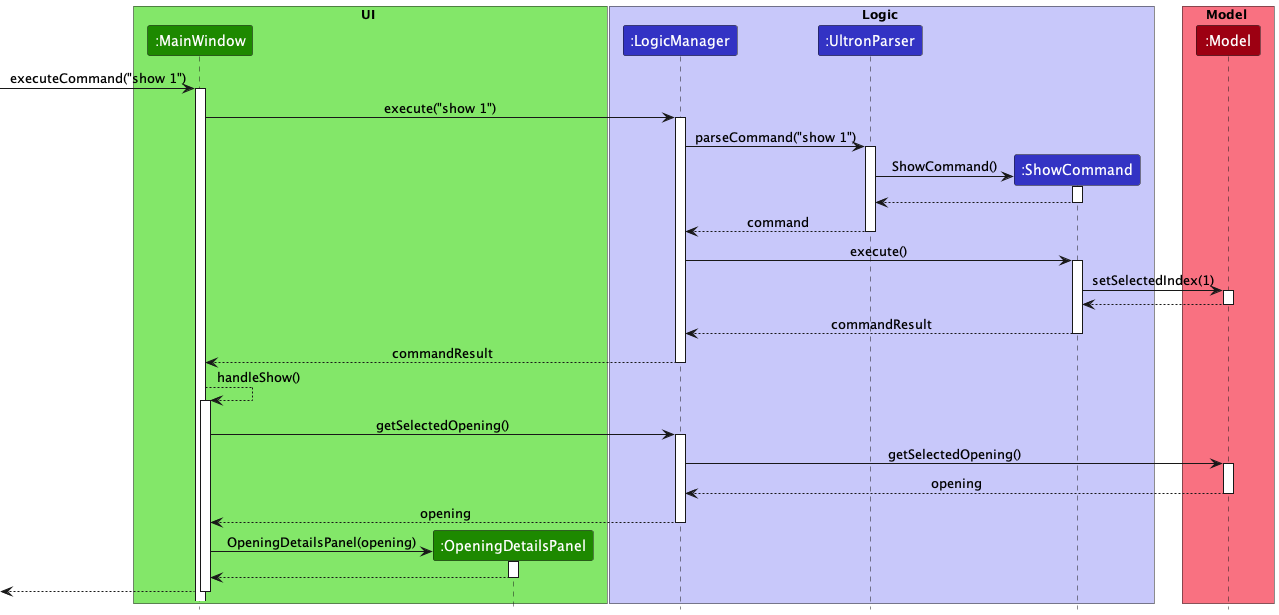
The PlantUML diagram docs/images/ShowSequenceDiagram.png in nus-cs2103-AY2223S2/tp, before a commit.
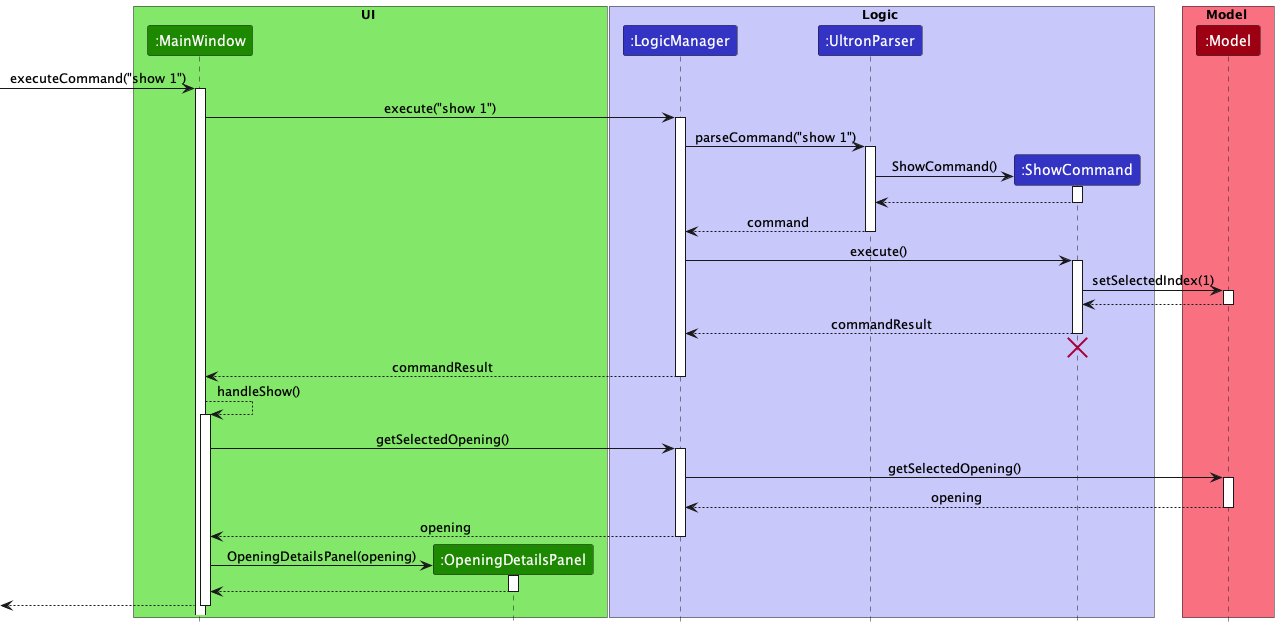
After the commit.

Change to the diagram source:
```diff
@@ -48,6 +48,9 @@
 ShowCommand --> LogicManager : commandResult
 deactivate ShowCommand
 
+ShowCommand -[hidden]-> LogicManager
+destroy ShowCommand
+
 LogicManager --> MainWindow : commandResult
 deactivate LogicManager
 
```
